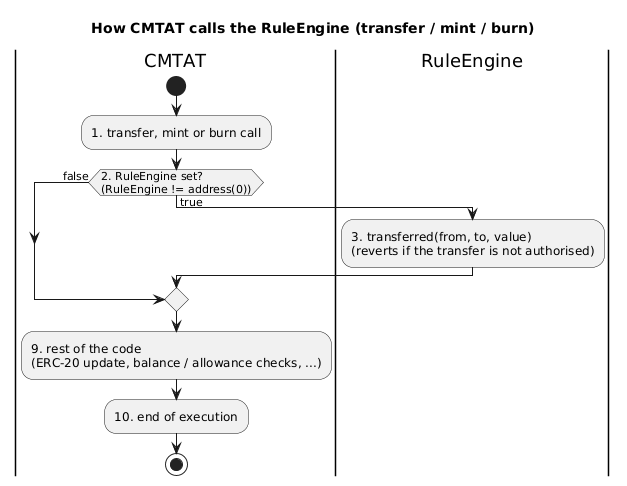
The PlantUML diagram doc/schema/plantuml/flow/engine-ruleengine-base.png in CMTA/CMTAT, before a commit.
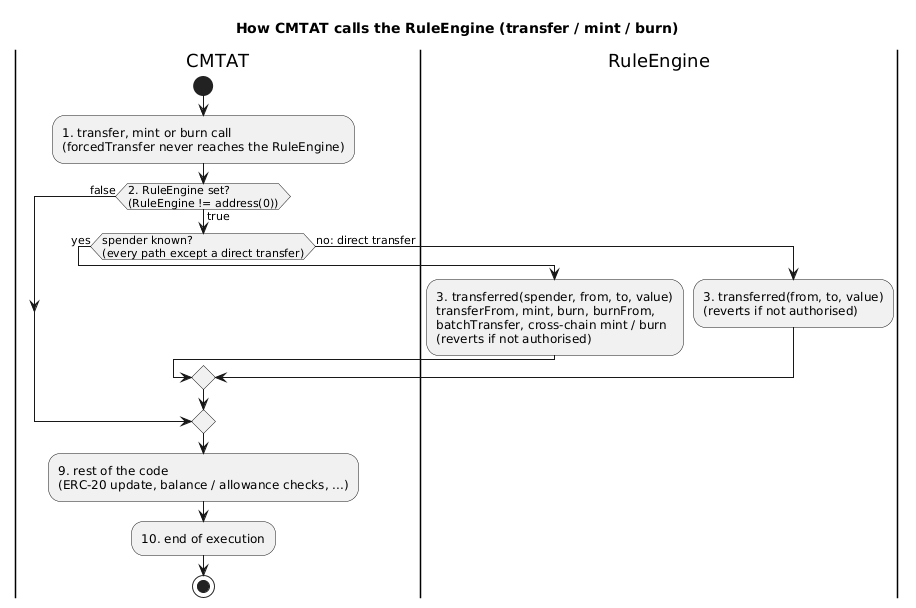
The same file after the commit.

What changed in the source:
```diff
@@ -5,10 +5,15 @@
 
 |CMTAT|
 start
-:1. transfer, mint or burn call;
+:1. transfer, mint or burn call\n(forcedTransfer never reaches the RuleEngine);
 if (2. RuleEngine set?\n(RuleEngine != address(0))) then (true)
-  |RuleEngine|
-  :3. transferred(from, to, value)\n(reverts if the transfer is not authorised);
+  if (spender known?\n(every path except a direct transfer)) then (yes)
+    |RuleEngine|
+    :3. transferred(spender, from, to, value)\ntransferFrom, mint, burn, burnFrom,\nbatchTransfer, cross-chain mint / burn\n(reverts if not authorised);
+  else (no: direct transfer)
+    |RuleEngine|
+    :3. transferred(from, to, value)\n(reverts if not authorised);
+  endif
   |CMTAT|
 else (false)
 endif
```
